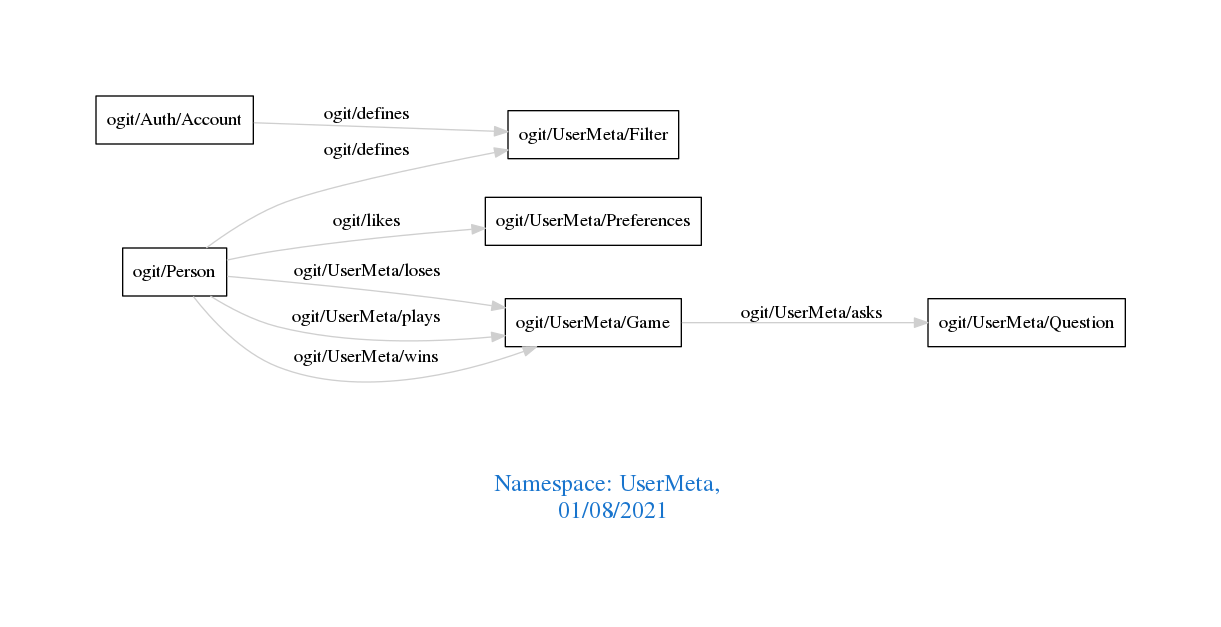
Earlier version of the Graphviz export downloads/UserMeta.png (arago/OGIT). Its source is kept beside it as downloads/UserMeta.dot.
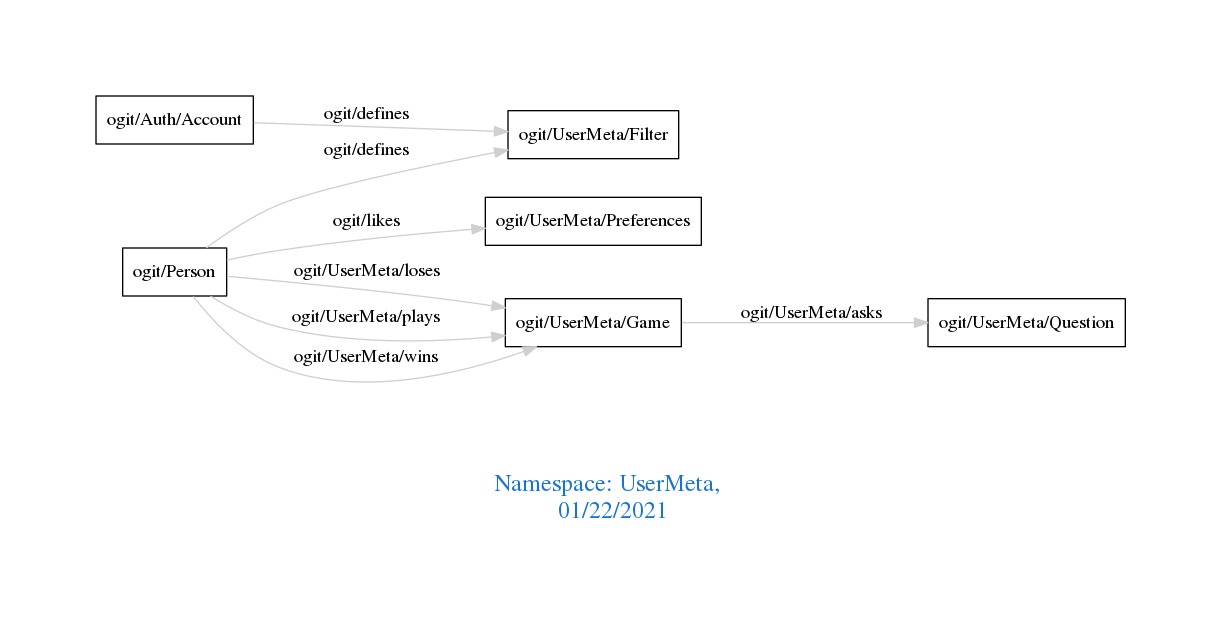
After the change.

Diff of the diagram source:
```diff
@@ -1,7 +1,7 @@
 digraph OGIT_ontology {
  graph [ rankdir= LR,pad=1
 fontsize = 18,
-fontcolor= dodgerblue3,label = "\n\n\nNamespace: UserMeta, \n 01/08/2021"];
+fontcolor= dodgerblue3,label = "\n\n\nNamespace: UserMeta, \n 01/22/2021"];
 node[shape=polygon];
 edge [  color="gray81"];
 
```
